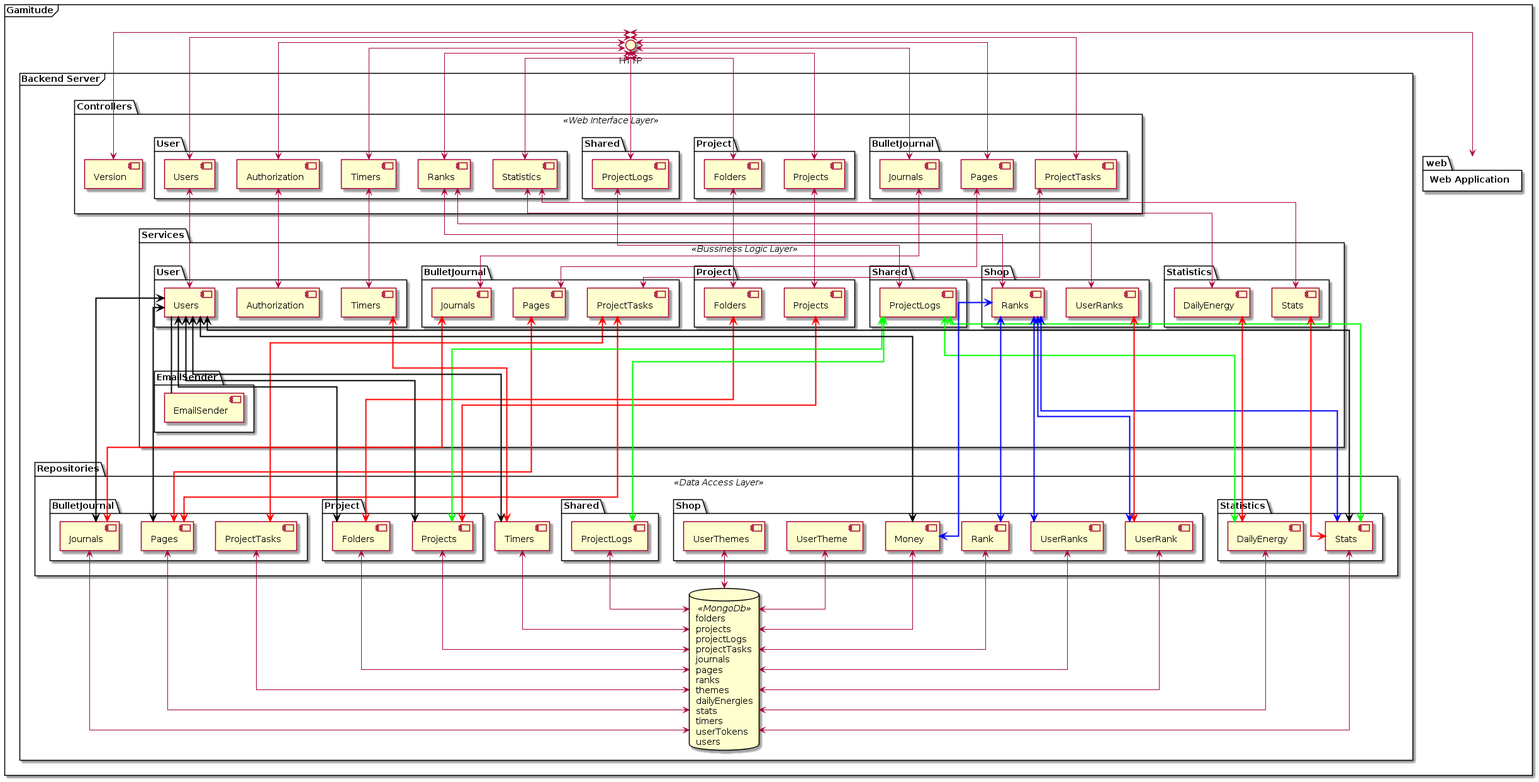
This is latex/images/implementacja/backend/gamitude_backend.png from slakerZ/gamitude-docs, a PlantUML export, as it was before one commit.
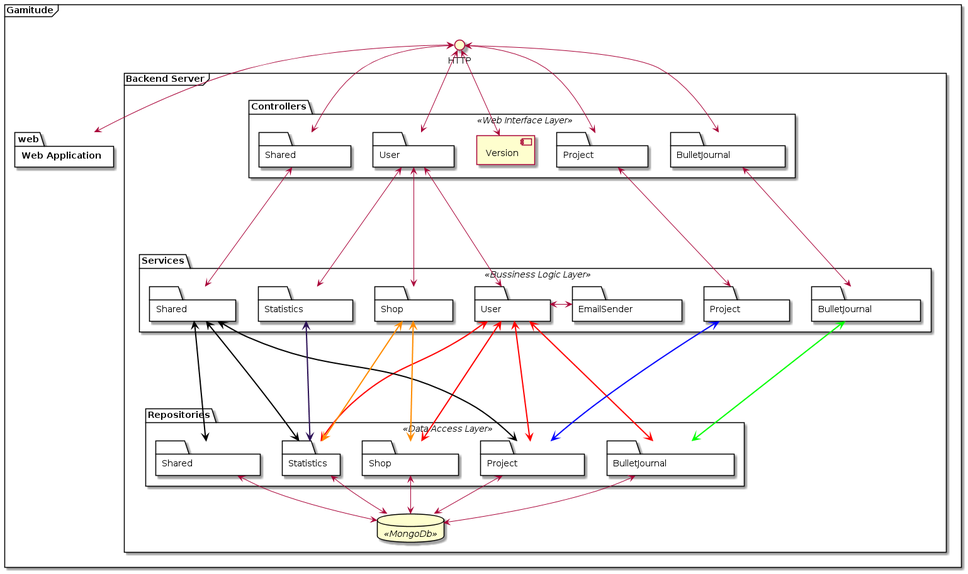
Above is the later version.

Commit message:
nakłąd pracy w tabele, zamienione zdęcie backend

What changed in the source:
```diff
@@ -1,5 +1,4 @@
 @startuml "gamitude backend"
-skinparam linetype ortho
 frame  Gamitude {
     () "HTTP" as webinterface
 
@@ -10,190 +9,101 @@
     frame "Backend Server"{
         package "Controllers" <<Web Interface Layer>> as controler{
             folder "BulletJournal" as BulletJournalController {
-                component "Journals" as JournalsController
-                component "Pages"  as PagesController
-                component "ProjectTasks" as ProjectTasksController
+
             }
             folder "Project" as ProjectController{
-                component "Folders" as FoldersController
-                component "Projects" as ProjectsController
+
             }
             folder "Shared" as SharedController{
-                component "ProjectLogs" as ProjectLogsController
+
             }
             folder "User" as UserController{
-                component "Users" as UsersController
-                component "Statistics" as StatisticsController
-                component "Ranks" as RanksController
-                component "Timers" as TimersController
-                component "Authorization" as AuthorizationController
+
             }
-            component "Version"
+            component "Version" as VersionCotroller
         }
         package "Services" <<Bussiness Logic Layer>> as services{
             folder BulletJournal as BulletJournalServices{
-                component "Journals" as JournalsService
-                component "Pages" as PagesService
-                component "ProjectTasks" as ProjectTasksService
+
             }
             folder Project as ProjectServices{
-                component "Folders" as FoldersService
-                component "Projects" as ProjectsService
+
             }
             folder Shared as SharedServices{
-                component "ProjectLogs" as ProjectLogsService
             }
             folder EmailSender as EmailSenderServices{
-                component "EmailSender" as EmailSenderService
             }
             folder Shop as ShopServices{
-                component "Ranks" as RanksService
-                component "UserRanks" as UserRanksService
             }
             folder Statistics as StatisticsServices{
-                component "DailyEnergy" as DailyEnergyService
-                component "Stats" as StatsService
 
             }
             folder User as UserServices{
-                component "Users" as UsersService
-                component "Timers" as TimersService
-                component "Authorization" as AuthorizationService
             }
         }
         package "Repositories" <<Data Access Layer>> as repositories{
             folder BulletJournal as BulletJournalRepositories{
-                component "Journals" as JournalsRepository
-                component "Pages" as PagesRepository
-                component "ProjectTasks" as ProjectTasksRepository
             }
             folder Project as ProjectRepositories{
-                component "Folders" as FoldersRepository
-                component "Projects" as ProjectsRepository
             }
             folder Shared as SharedRepositories{
-                component "ProjectLogs" as ProjectLogsRepository
             }
             folder Shop as ShopRepositories{
-                component "Money" as MoneyRepository
-                component "Rank" as RankRepository
-                component "UserRank" as UserRankRepository
-                component "UserRanks" as UserRanksRepository
-                component "Theme" as ThemeRepository
-                component "UserTheme" as ThemeRepository
-                component "UserThemes" as ThemesRepository
             }
             folder Statistics {
-                component "DailyEnergy" as DailyEnergyRepository
-                component "Stats" as StatsRepository
-
             }
-            component "Timers" as TimersRepository
         }
         database mongo <<MongoDb>> [
-        folders
-        projects
-        projectLogs
-        projectTasks
-        journals
-        pages
-        ranks
-        themes
-        dailyEnergies
-        stats
-        timers
-        userTokens
-        users
         ]
     }
 }
 
 
 
-AuthorizationController <--> AuthorizationService
 
-JournalsController <--> JournalsService
-JournalsService <-[#FF0000,bold]---> JournalsRepository
+BulletJournalController <----> BulletJournalServices
+ProjectController <----> ProjectServices
+UserController <----> ShopServices
+UserController <----> UserServices
+UserController <----> StatisticsServices
+SharedController <----> SharedServices
 
-PagesController <--> PagesService
-PagesService <-[#FF0000,bold]---> PagesRepository
+UserServices <--[#FF0000,bold]--> BulletJournalRepositories
+UserServices <--[#FF0000,bold]--> ShopRepositories
+UserServices <--[#FF0000,bold]--> Statistics
+UserServices <--[#FF0000,bold]--> ProjectRepositories
+UserServices <-> EmailSenderServices
 
-ProjectTasksController <--> ProjectTasksService
-ProjectTasksService <-[#FF0000,bold]---> ProjectTasksRepository
-ProjectTasksService <-[#FF0000,bold]---> PagesRepository
+BulletJournalServices <--[#00FF00,bold]--> BulletJournalRepositories
 
-FoldersController <--> FoldersService
-FoldersService <-[#FF0000,bold]---> FoldersRepository
+ProjectServices <--[#0000FF,bold]--> ProjectRepositories
 
-ProjectsController <--> ProjectsService
-ProjectsService <-[#FF0000,bold]---> ProjectsRepository
+SharedServices <--[#000000,bold]--> ProjectRepositories
+SharedServices <--[#000000,bold]--> SharedRepositories
+SharedServices <--[#000000,bold]--> Statistics
 
-ProjectLogsController <--> ProjectLogsService
-ProjectLogsService <-[#00FF00,bold]---> ProjectLogsRepository
-ProjectLogsService <-[#00FF00,bold]---> StatsRepository
-ProjectLogsService <-[#00FF00,bold]---> ProjectsRepository
-ProjectLogsService <-[#00FF00,bold]---> DailyEnergyRepository
+ShopServices <--[#FF8C00,bold]--> ShopRepositories
+ShopServices <--[#FF8C00,bold]--> Statistics
+
+StatisticsServices <--[#2C1156,bold]--> Statistics
 
 
-RanksController <--> RanksService
-RanksController <--> UserRanksService
-RanksService <-[#0000FF,bold]---> RankRepository
-RanksService <-[#0000FF,bold]---> UserRankRepository
-RanksService <-[#0000FF,bold]---> UserRanksRepository
-RanksService <-[#0000FF,bold]---> MoneyRepository
-RanksService <-[#0000FF,bold]---> StatsRepository
-
-UserRanksService <-[#FF0000,bold]--> UserRankRepository
-
-StatisticsController <--> DailyEnergyService
-DailyEnergyService <-[#FF0000,bold]---> DailyEnergyRepository
-
-StatisticsController <--> StatsService
-StatsService <-[#FF0000,bold]---> StatsRepository
-
-TimersController <--> TimersService
-TimersService <-[#FF0000,bold]---> TimersRepository
-
-UsersController <-> UsersService
-UsersService -[#000000,bold]-- EmailSenderService
-UsersService <-[#000000,bold]---> StatsRepository
-UsersService <-[#000000,bold]---> FoldersRepository
-UsersService <-[#000000,bold]---> TimersRepository
-UsersService <-[#000000,bold]---> JournalsRepository
-UsersService <-[#000000,bold]---> PagesRepository
-UsersService <-[#000000,bold]---> MoneyRepository
-UsersService <-[#000000,bold]---> ProjectsRepository
-
-RankRepository <--> mongo
-DailyEnergyRepository <--> mongo
-FoldersRepository <--> mongo
-JournalsRepository <--> mongo
-MoneyRepository <--> mongo
-PagesRepository <--> mongo
-ProjectLogsRepository <--> mongo
-ProjectsRepository <--> mongo
-ProjectTasksRepository <--> mongo
-StatsRepository <--> mongo
-ThemeRepository <--> mongo
-ThemesRepository <--> mongo
-TimersRepository <--> mongo
-UserRanksRepository <--> mongo
-UserRankRepository <--> mongo
 
 
-webinterface <--> JournalsController
-webinterface <--> PagesController
-webinterface <--> ProjectTasksController
-webinterface <--> FoldersController
-webinterface <--> ProjectsController
-webinterface <--> ProjectLogsController
-webinterface <--> UsersController
-webinterface <--> StatisticsController
-webinterface <--> RanksController
-webinterface <--> TimersController
-webinterface <--> AuthorizationController
-webinterface <--> Version
+ProjectRepositories <--> mongo
+SharedRepositories <--> mongo
+Statistics <--> mongo
+BulletJournalRepositories <--> mongo
+ShopRepositories <--> mongo
+
+
+
+webinterface <--> BulletJournalController
+webinterface <--> ProjectController
+webinterface <--> UserController
+webinterface <--> SharedController
 webinterface <--> web
+webinterface <--> VersionCotroller
 
 
 
```
